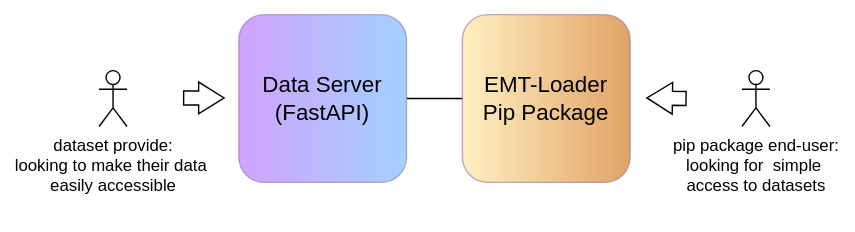
plaume8/common-fetch keeps this draw.io diagram as others/system_overview_high_level.svg. Above is the earlier version. Source tidied: cells renumbered, new cells last; positions are measured from the earlier drawing's top-left corner, leaving out a move shared by most shapes. Its diagram source:
```xml
<mxGraphModel>
  <root>
    <mxCell id="0" />
    <mxCell id="1" parent="0" />
    <mxCell id="2" style="edgeStyle=orthogonalEdgeStyle;rounded=0;jettySize=auto;html=1;exitX=1;exitY=0.5;exitDx=0;exitDy=0;entryX=0;entryY=0.5;entryDx=0;entryDy=0;endArrow=none;startFill=0;" parent="1" edge="1" source="3" target="4">
      <mxGeometry relative="1" as="geometry" />
    </mxCell>
    <mxCell id="3" value="Data Server&lt;div&gt;(FastAPI)&lt;/div&gt;" style="rounded=1;whiteSpace=wrap;html=1;opacity=60;fillColor=#B266FF;strokeColor=#9673a6;gradientColor=#66B2FF;gradientDirection=east;fontSize=16;" parent="1" vertex="1">
      <mxGeometry x="100" width="120" height="120" as="geometry" />
    </mxCell>
    <mxCell id="4" value="EMT-Loader&lt;div&gt;Pip Package&lt;/div&gt;" style="rounded=1;whiteSpace=wrap;html=1;opacity=60;fillColor=#FFE599;strokeColor=#9673a6;gradientColor=#CC6600;gradientDirection=east;fontSize=16;" parent="1" vertex="1">
      <mxGeometry x="260" width="120" height="120" as="geometry" />
    </mxCell>
    <mxCell id="5" value="pip package end-user:&lt;div&gt;looking for&amp;nbsp;&amp;nbsp;&lt;span style=&quot;background-color: transparent; color: light-dark(rgb(0, 0, 0), rgb(255, 255, 255));&quot;&gt;simple&amp;nbsp;&lt;/span&gt;&lt;/div&gt;&lt;div&gt;&lt;span style=&quot;background-color: transparent; color: light-dark(rgb(0, 0, 0), rgb(255, 255, 255));&quot;&gt;access to datasets&lt;/span&gt;&lt;/div&gt;" style="shape=umlActor;verticalLabelPosition=bottom;verticalAlign=top;html=1;" parent="1" vertex="1">
      <mxGeometry x="460" y="40" width="20" height="40" as="geometry" />
    </mxCell>
    <mxCell id="6" value="dataset provide:&lt;div&gt;looking to&amp;nbsp;&lt;span style=&quot;background-color: transparent; color: light-dark(rgb(0, 0, 0), rgb(255, 255, 255));&quot;&gt;make their data&amp;nbsp;&lt;/span&gt;&lt;/div&gt;&lt;div&gt;&lt;span style=&quot;background-color: transparent; color: light-dark(rgb(0, 0, 0), rgb(255, 255, 255));&quot;&gt;easily accessible&lt;/span&gt;&lt;div&gt;&lt;div&gt;&amp;nbsp;&lt;/div&gt;&lt;/div&gt;&lt;/div&gt;" style="shape=umlActor;verticalLabelPosition=bottom;verticalAlign=top;html=1;" parent="1" vertex="1">
      <mxGeometry y="40" width="20" height="40" as="geometry" />
    </mxCell>
    <mxCell id="7" style="shape=flexArrow;endArrow=classic;html=1;rounded=0;endWidth=11.666666666666668;endSize=5.750000000000001;" parent="1" edge="1">
      <mxGeometry relative="1" as="geometry">
        <mxPoint x="60" y="59.6" as="sourcePoint" />
        <mxPoint x="90" y="59.6" as="targetPoint" />
      </mxGeometry>
    </mxCell>
    <mxCell id="8" style="shape=flexArrow;endArrow=classic;html=1;rounded=0;endWidth=11.666666666666668;endSize=5.750000000000001;" parent="1" edge="1">
      <mxGeometry relative="1" as="geometry">
        <mxPoint x="420.5" y="60" as="sourcePoint" />
        <mxPoint x="391.5" y="59.6" as="targetPoint" />
      </mxGeometry>
    </mxCell>
  </root>
</mxGraphModel>
```
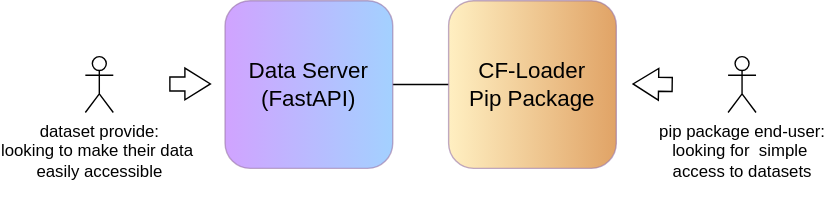
The same diagram one commit later.

Diff of the diagram source:
```diff
@@ -8,7 +8,7 @@
     <mxCell id="3" value="Data Server&lt;div&gt;(FastAPI)&lt;/div&gt;" style="rounded=1;whiteSpace=wrap;html=1;opacity=60;fillColor=#B266FF;strokeColor=#9673a6;gradientColor=#66B2FF;gradientDirection=east;fontSize=16;" parent="1" vertex="1">
       <mxGeometry x="100" width="120" height="120" as="geometry" />
     </mxCell>
-    <mxCell id="4" value="EMT-Loader&lt;div&gt;Pip Package&lt;/div&gt;" style="rounded=1;whiteSpace=wrap;html=1;opacity=60;fillColor=#FFE599;strokeColor=#9673a6;gradientColor=#CC6600;gradientDirection=east;fontSize=16;" parent="1" vertex="1">
+    <mxCell id="4" value="CF-Loader&lt;div&gt;Pip Package&lt;/div&gt;" style="rounded=1;whiteSpace=wrap;html=1;opacity=60;fillColor=#FFE599;strokeColor=#9673a6;gradientColor=#CC6600;gradientDirection=east;fontSize=16;" parent="1" vertex="1">
       <mxGeometry x="260" width="120" height="120" as="geometry" />
     </mxCell>
     <mxCell id="5" value="pip package end-user:&lt;div&gt;looking for&amp;nbsp;&amp;nbsp;&lt;span style=&quot;background-color: transparent; color: light-dark(rgb(0, 0, 0), rgb(255, 255, 255));&quot;&gt;simple&amp;nbsp;&lt;/span&gt;&lt;/div&gt;&lt;div&gt;&lt;span style=&quot;background-color: transparent; color: light-dark(rgb(0, 0, 0), rgb(255, 255, 255));&quot;&gt;access to datasets&lt;/span&gt;&lt;/div&gt;" style="shape=umlActor;verticalLabelPosition=bottom;verticalAlign=top;html=1;" parent="1" vertex="1">
```
